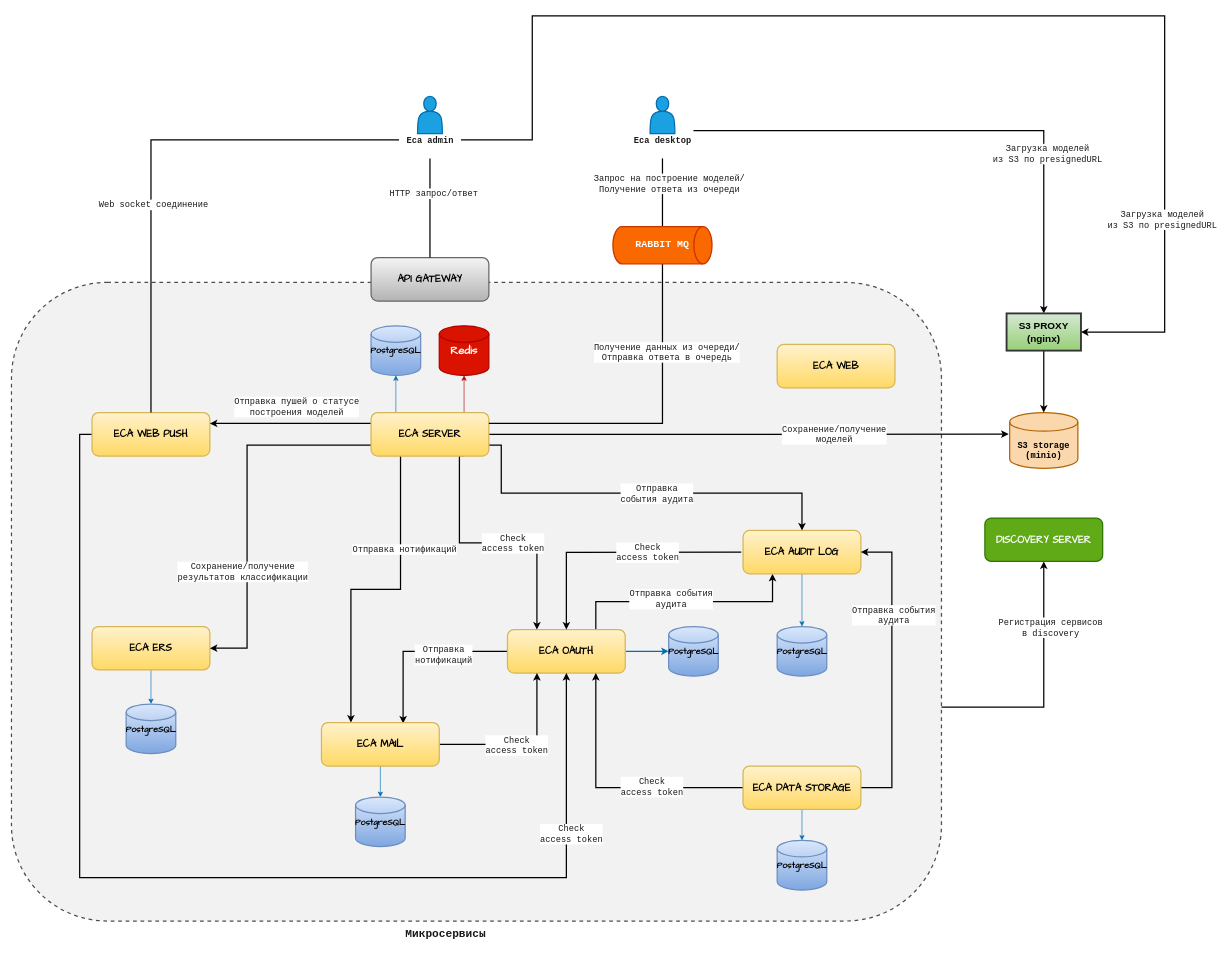
The draw.io diagram doc/schemas/eca-service-architecture.drawio in Stonnos/eca-service, before the edit. Source tidied: cells renumbered, new cells numbered last; positions are measured from the earlier drawing's top-left corner, leaving out a move shared by most shapes. Both pictures are drawn from the tidied source at 62%, with x=0, y=0 at pixel (11, 16).
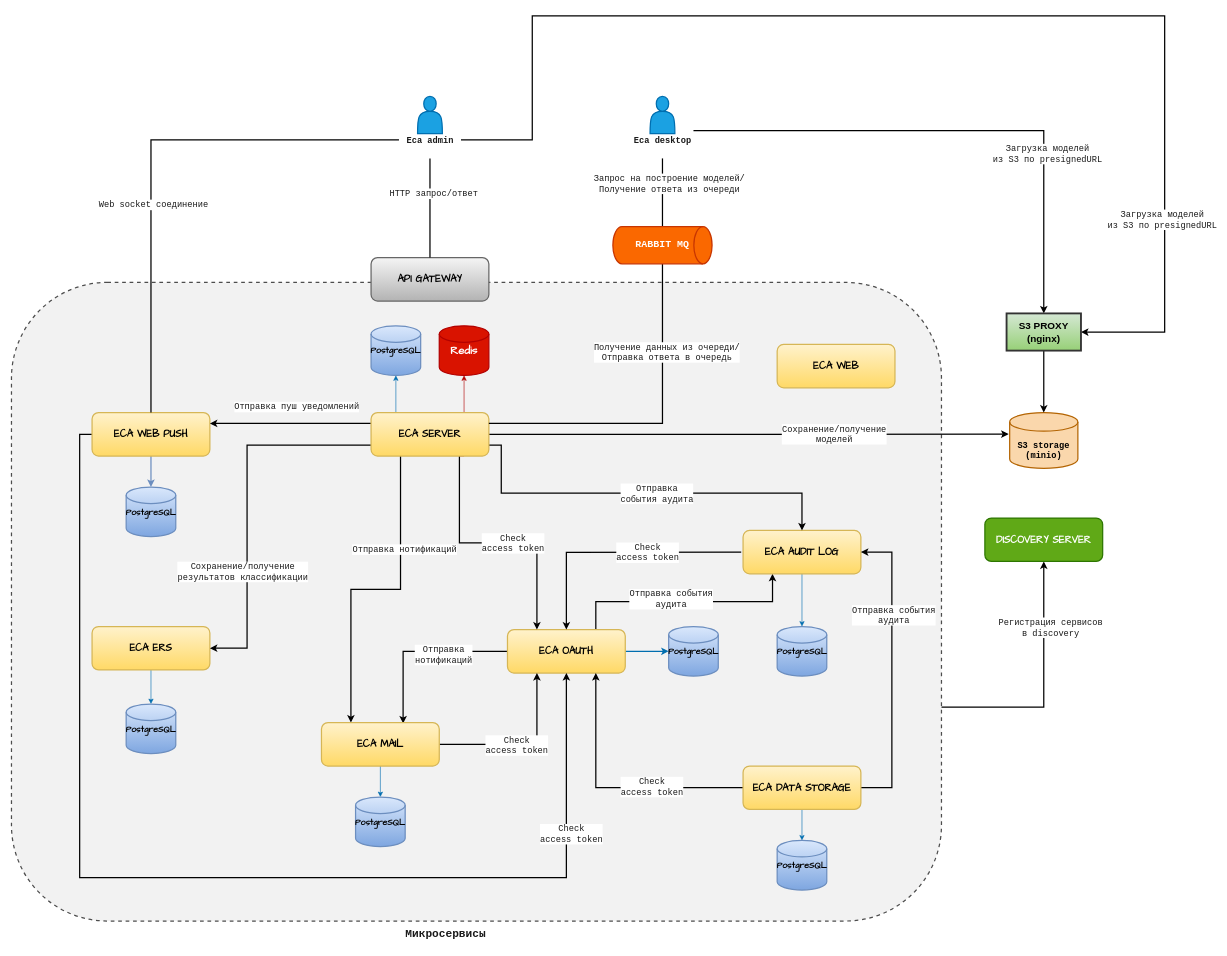
The same page after the edit.

The change refers to these unchanged cells:
```xml
<mxCell id="25" value="&lt;font face=&quot;Comic Sans MS&quot;&gt;&lt;span style=&quot;font-size: 16px;&quot;&gt;&lt;b&gt;ECA WEB PUSH&lt;/b&gt;&lt;/span&gt;&lt;/font&gt;" style="rounded=1;whiteSpace=wrap;html=1;strokeColor=#d6b656;strokeWidth=2;fillColor=#fff2cc;gradientColor=#ffd966;" parent="1" vertex="1">
  <mxGeometry x="130" y="640" width="190" height="70" as="geometry" />
</mxCell>
<mxCell id="30" style="edgeStyle=orthogonalEdgeStyle;rounded=0;jettySize=auto;html=1;exitX=0;exitY=0.25;exitDx=0;exitDy=0;entryX=1;entryY=0.25;entryDx=0;entryDy=0;fontFamily=Courier New;fontSize=14;fontColor=#1A1A1A;endArrow=classic;endFill=1;strokeWidth=2;" parent="1" edge="1" source="42" target="25">
  <mxGeometry relative="1" as="geometry" />
</mxCell>
```

Change to the diagram source:
```diff
@@
+    <mxCell id="78" style="edgeStyle=orthogonalEdgeStyle;rounded=0;jettySize=auto;html=1;exitX=0.5;exitY=1;exitDx=0;exitDy=0;fillColor=#dae8fc;strokeColor=#6c8ebf;strokeWidth=2;" parent="1" edge="1" source="25" target="79">
+      <mxGeometry relative="1" as="geometry" />
+    </mxCell>
@@
-    <mxCell id="31" value="Отправка пушей о статусе&lt;br&gt;построения моделей" style="edgeLabel;html=1;align=center;verticalAlign=middle;fontSize=14;fontFamily=Courier New;fontColor=#1A1A1A;" parent="30" vertex="1">
+    <mxCell id="31" value="Отправка пуш уведомлений" style="edgeLabel;html=1;align=center;verticalAlign=middle;fontSize=14;fontFamily=Courier New;fontColor=#1A1A1A;" parent="30" vertex="1">
       <mxGeometry x="-0.15" y="3" relative="1" as="geometry">
         <mxPoint x="-10" y="-30" as="offset" />
       </mxGeometry>
     </mxCell>
@@
+    <mxCell id="79" value="&lt;b&gt;&lt;font style=&quot;font-size: 14px;&quot;&gt;PostgreSQL&lt;/font&gt;&lt;/b&gt;" style="strokeWidth=2;html=1;shape=mxgraph.flowchart.database;whiteSpace=wrap;fontFamily=Comic Sans MS;fontSize=16;fillColor=#dae8fc;gradientColor=#7ea6e0;strokeColor=#6c8ebf;" parent="1" vertex="1">
+      <mxGeometry x="185" y="760" width="80" height="80" as="geometry" />
+    </mxCell>
```
